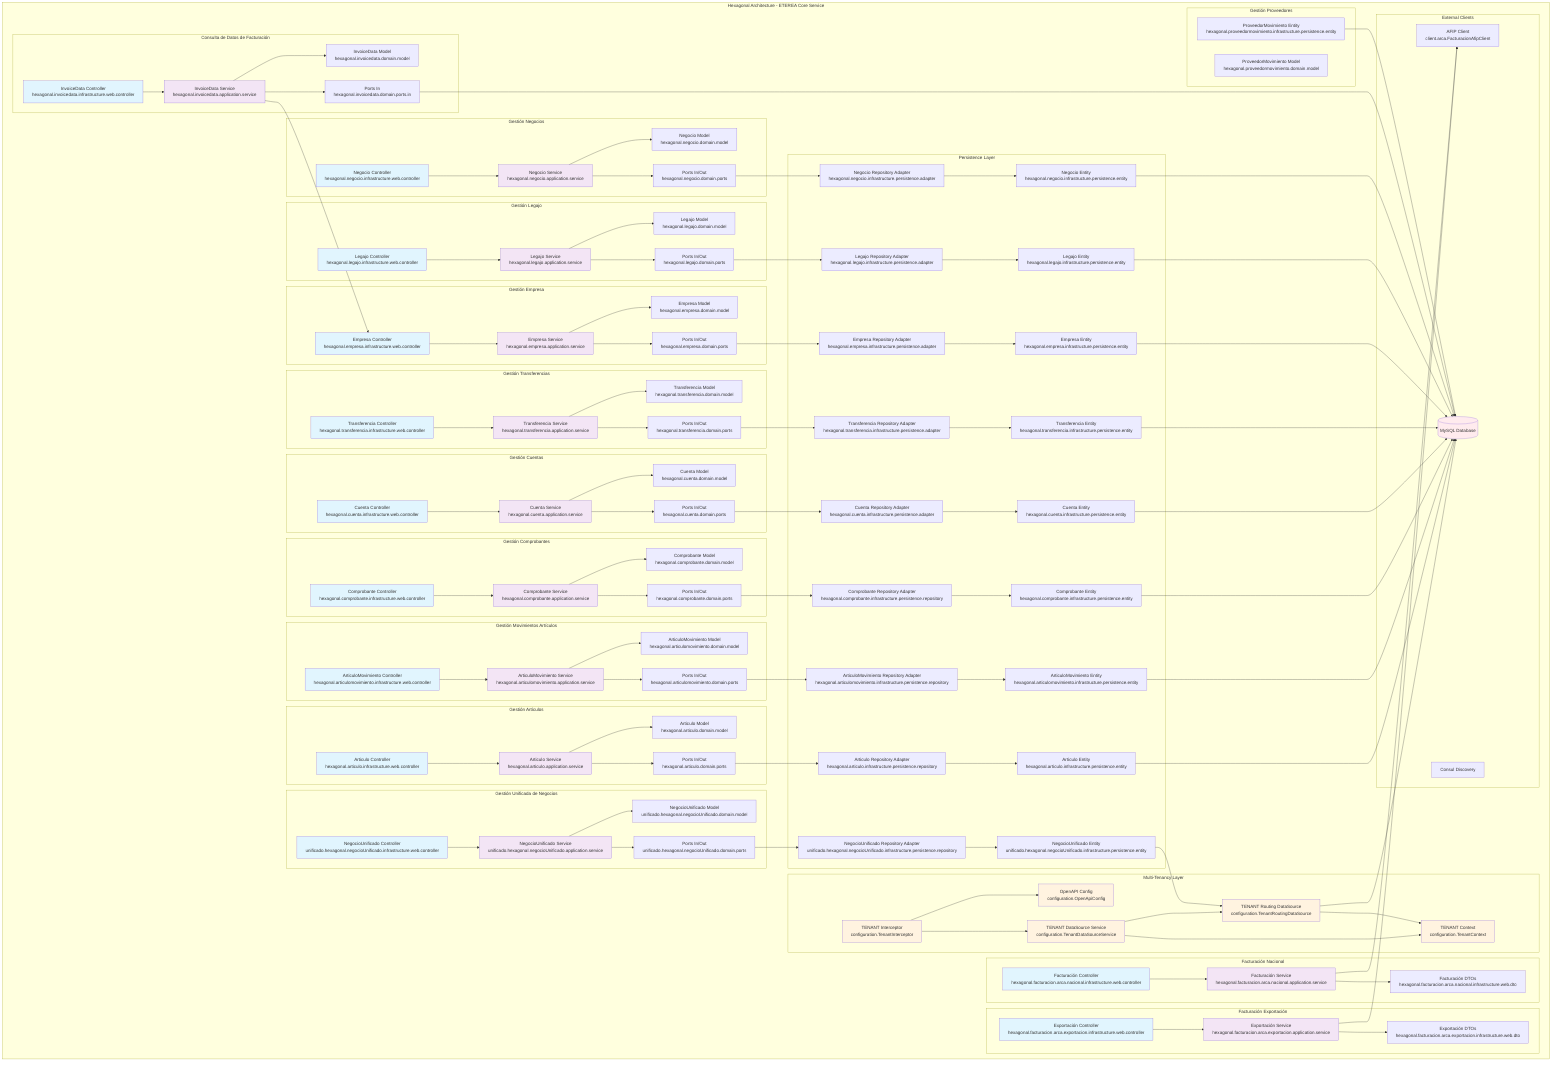
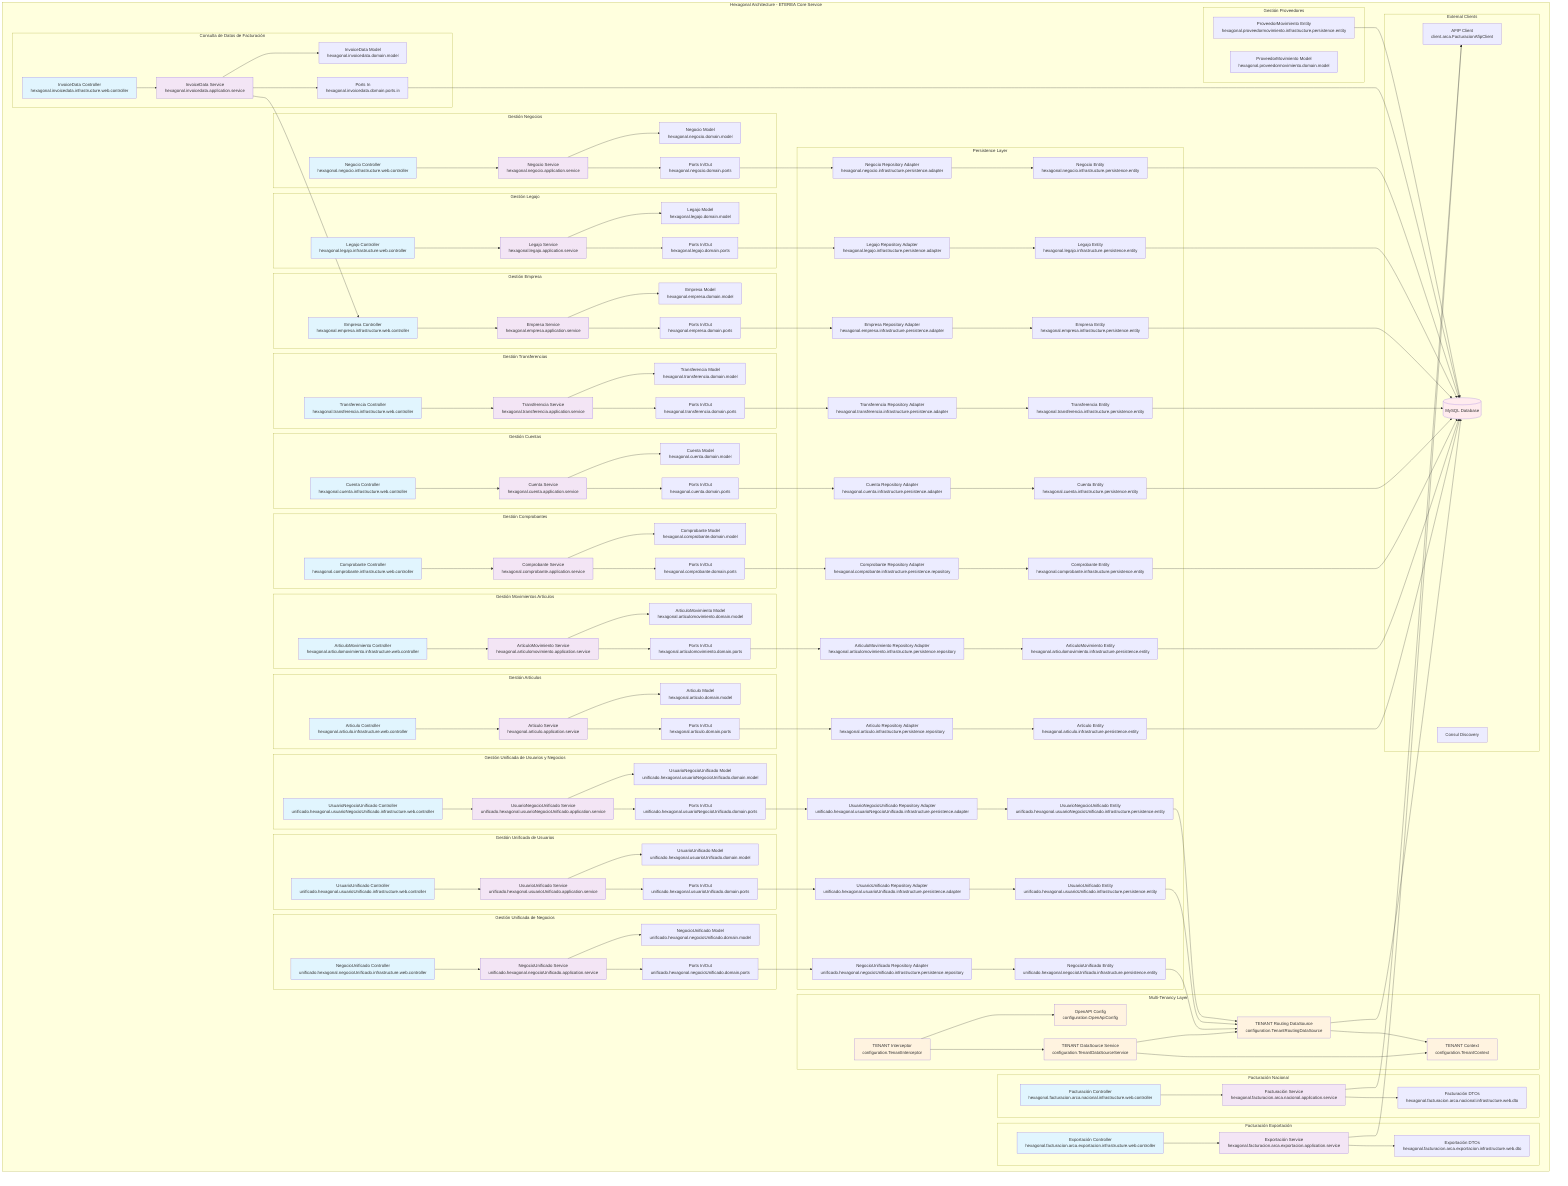
graph TB
    subgraph "Hexagonal Architecture - ETEREA Core Service"

        subgraph "Gestión Artículos"
            ART_API[Articulo Controller<br/>hexagonal.articulo.infrastructure.web.controller]
            ART_APP[Articulo Service<br/>hexagonal.articulo.application.service]
            ART_DOMAIN[Articulo Model<br/>hexagonal.articulo.domain.model]
            ART_PORTS[Ports In/Out<br/>hexagonal.articulo.domain.ports]
        end

        subgraph "Gestión Movimientos Artículos"
            AM_API[ArticuloMovimiento Controller<br/>hexagonal.articulomovimiento.infrastructure.web.controller]
            AM_APP[ArticuloMovimiento Service<br/>hexagonal.articulomovimiento.application.service]
            AM_DOMAIN[ArticuloMovimiento Model<br/>hexagonal.articulomovimiento.domain.model]
            AM_PORTS[Ports In/Out<br/>hexagonal.articulomovimiento.domain.ports]
        end

        subgraph "Gestión Comprobantes"
            COMP_API[Comprobante Controller<br/>hexagonal.comprobante.infrastructure.web.controller]
            COMP_APP[Comprobante Service<br/>hexagonal.comprobante.application.service]
            COMP_DOMAIN[Comprobante Model<br/>hexagonal.comprobante.domain.model]
            COMP_PORTS[Ports In/Out<br/>hexagonal.comprobante.domain.ports]
        end

        subgraph "Gestión Cuentas"
            CTA_API[Cuenta Controller<br/>hexagonal.cuenta.infrastructure.web.controller]
            CTA_APP[Cuenta Service<br/>hexagonal.cuenta.application.service]
            CTA_DOMAIN[Cuenta Model<br/>hexagonal.cuenta.domain.model]
            CTA_PORTS[Ports In/Out<br/>hexagonal.cuenta.domain.ports]
        end

        subgraph "Gestión Transferencias"
            TRF_API[Transferencia Controller<br/>hexagonal.transferencia.infrastructure.web.controller]
            TRF_APP[Transferencia Service<br/>hexagonal.transferencia.application.service]
            TRF_DOMAIN[Transferencia Model<br/>hexagonal.transferencia.domain.model]
            TRF_PORTS[Ports In/Out<br/>hexagonal.transferencia.domain.ports]
        end

        subgraph "Facturación Nacional"
            FN_API[Facturación Controller<br/>hexagonal.facturacion.arca.nacional.infrastructure.web.controller]
            FN_APP[Facturación Service<br/>hexagonal.facturacion.arca.nacional.application.service]
            FN_DOMAIN[Facturación DTOs<br/>hexagonal.facturacion.arca.nacional.infrastructure.web.dto]
        end

        subgraph "Facturación Exportación"
            FE_API[Exportación Controller<br/>hexagonal.facturacion.arca.exportacion.infrastructure.web.controller]
            FE_APP[Exportación Service<br/>hexagonal.facturacion.arca.exportacion.application.service]
            FE_DOMAIN[Exportación DTOs<br/>hexagonal.facturacion.arca.exportacion.infrastructure.web.dto]
        end

        subgraph "Gestión Empresa"
            E_API[Empresa Controller<br/>hexagonal.empresa.infrastructure.web.controller]
            E_APP[Empresa Service<br/>hexagonal.empresa.application.service]
            E_DOMAIN[Empresa Model<br/>hexagonal.empresa.domain.model]
            E_PORTS[Ports In/Out<br/>hexagonal.empresa.domain.ports]
        end

        subgraph "Gestión Legajo"
            L_API[Legajo Controller<br/>hexagonal.legajo.infrastructure.web.controller]
            L_APP[Legajo Service<br/>hexagonal.legajo.application.service]
            L_DOMAIN[Legajo Model<br/>hexagonal.legajo.domain.model]
            L_PORTS[Ports In/Out<br/>hexagonal.legajo.domain.ports]
        end

        subgraph "Gestión Negocios"
            NEG_API[Negocio Controller<br/>hexagonal.negocio.infrastructure.web.controller]
            NEG_APP[Negocio Service<br/>hexagonal.negocio.application.service]
            NEG_DOMAIN[Negocio Model<br/>hexagonal.negocio.domain.model]
            NEG_PORTS[Ports In/Out<br/>hexagonal.negocio.domain.ports]
        end

        subgraph "Gestión Proveedores"
            PM_DOMAIN[ProveedorMovimiento Model<br/>hexagonal.proveedormovimiento.domain.model]
            PM_ENTITY[ProveedorMovimiento Entity<br/>hexagonal.proveedormovimiento.infrastructure.persistence.entity]
        end

        subgraph "Gestión Unificada de Negocios"
            NU_API[NegocioUnificado Controller<br/>unificado.hexagonal.negocioUnificado.infrastructure.web.controller]
            NU_APP[NegocioUnificado Service<br/>unificado.hexagonal.negocioUnificado.application.service]
            NU_DOMAIN[NegocioUnificado Model<br/>unificado.hexagonal.negocioUnificado.domain.model]
            NU_PORTS[Ports In/Out<br/>unificado.hexagonal.negocioUnificado.domain.ports]
+         end
+ 
+         subgraph "Gestión Unificada de Usuarios"
+             UU_API[UsuarioUnificado Controller<br/>unificado.hexagonal.usuarioUnificado.infrastructure.web.controller]
+             UU_APP[UsuarioUnificado Service<br/>unificado.hexagonal.usuarioUnificado.application.service]
+             UU_DOMAIN[UsuarioUnificado Model<br/>unificado.hexagonal.usuarioUnificado.domain.model]
+             UU_PORTS[Ports In/Out<br/>unificado.hexagonal.usuarioUnificado.domain.ports]
+         end
+ 
+         subgraph "Gestión Unificada de Usuarios y Negocios"
+             UUN_API[UsuarioNegocioUnificado Controller<br/>unificado.hexagonal.usuarioNegocioUnificado.infrastructure.web.controller]
+             UUN_APP[UsuarioNegocioUnificado Service<br/>unificado.hexagonal.usuarioNegocioUnificado.application.service]
+             UUN_DOMAIN[UsuarioNegocioUnificado Model<br/>unificado.hexagonal.usuarioNegocioUnificado.domain.model]
+             UUN_PORTS[Ports In/Out<br/>unificado.hexagonal.usuarioNegocioUnificado.domain.ports]
        end

        subgraph "Consulta de Datos de Facturación"
            ID_API[InvoiceData Controller<br/>hexagonal.invoicedata.infrastructure.web.controller]
            ID_APP[InvoiceData Service<br/>hexagonal.invoicedata.application.service]
            ID_DOMAIN[InvoiceData Model<br/>hexagonal.invoicedata.domain.model]
            ID_PORTS[Ports In<br/>hexagonal.invoicedata.domain.ports.in]
        end

        subgraph "Persistence Layer"
            ART_REPO[Articulo Repository Adapter<br/>hexagonal.articulo.infrastructure.persistence.repository]
            ART_ENTITY[Articulo Entity<br/>hexagonal.articulo.infrastructure.persistence.entity]
            AM_REPO[ArticuloMovimiento Repository Adapter<br/>hexagonal.articulomovimiento.infrastructure.persistence.repository]
            AM_ENTITY[ArticuloMovimiento Entity<br/>hexagonal.articulomovimiento.infrastructure.persistence.entity]
            COMP_REPO[Comprobante Repository Adapter<br/>hexagonal.comprobante.infrastructure.persistence.repository]
            COMP_ENTITY[Comprobante Entity<br/>hexagonal.comprobante.infrastructure.persistence.entity]
            CTA_REPO[Cuenta Repository Adapter<br/>hexagonal.cuenta.infrastructure.persistence.adapter]
            CTA_ENTITY[Cuenta Entity<br/>hexagonal.cuenta.infrastructure.persistence.entity]
            TRF_REPO[Transferencia Repository Adapter<br/>hexagonal.transferencia.infrastructure.persistence.adapter]
            TRF_ENTITY[Transferencia Entity<br/>hexagonal.transferencia.infrastructure.persistence.entity]
            E_REPO[Empresa Repository Adapter<br/>hexagonal.empresa.infrastructure.persistence.adapter]
            E_ENTITY[Empresa Entity<br/>hexagonal.empresa.infrastructure.persistence.entity]
            L_REPO[Legajo Repository Adapter<br/>hexagonal.legajo.infrastructure.persistence.adapter]
            L_ENTITY[Legajo Entity<br/>hexagonal.legajo.infrastructure.persistence.entity]
            NEG_REPO[Negocio Repository Adapter<br/>hexagonal.negocio.infrastructure.persistence.adapter]
            NEG_ENTITY[Negocio Entity<br/>hexagonal.negocio.infrastructure.persistence.entity]
            NU_REPO[NegocioUnificado Repository Adapter<br/>unificado.hexagonal.negocioUnificado.infrastructure.persistence.repository]
            NU_ENTITY[NegocioUnificado Entity<br/>unificado.hexagonal.negocioUnificado.infrastructure.persistence.entity]
+             UU_REPO[UsuarioUnificado Repository Adapter<br/>unificado.hexagonal.usuarioUnificado.infrastructure.persistence.adapter]
+             UU_ENTITY[UsuarioUnificado Entity<br/>unificado.hexagonal.usuarioUnificado.infrastructure.persistence.entity]
+             UUN_REPO[UsuarioNegocioUnificado Repository Adapter<br/>unificado.hexagonal.usuarioNegocioUnificado.infrastructure.persistence.adapter]
+             UUN_ENTITY[UsuarioNegocioUnificado Entity<br/>unificado.hexagonal.usuarioNegocioUnificado.infrastructure.persistence.entity]
        end

        subgraph "Multi-Tenancy Layer"
            TX[TENANT Context<br/>configuration.TenantContext]
            TXI[TENANT Interceptor<br/>configuration.TenantInterceptor]
            TXDS[TENANT Routing DataSource<br/>configuration.TenantRoutingDataSource]
            TXS[TENANT DataSource Service<br/>configuration.TenantDataSourceService]
            TXCFG[OpenAPI Config<br/>configuration.OpenApiConfig]
        end

        subgraph "External Clients"
            AFIP[AFIP Client<br/>client.arca.FacturacionAfipClient]
            CONSUL[Consul Discovery]
            DB[(MySQL Database)]
        end

        %% Multi-Tenancy Layer - Interceptor intercepts API calls
        TXI --> TXCFG
        TXI --> TXS
        TXS --> TXDS
        TXS --> TX
        TXDS --> TX

        %% API Layer to Application Layer
        ART_API --> ART_APP
        AM_API --> AM_APP
        COMP_API --> COMP_APP
        CTA_API --> CTA_APP
        TRF_API --> TRF_APP
        FN_API --> FN_APP
        FE_API --> FE_APP
        E_API --> E_APP
        L_API --> L_APP
        NEG_API --> NEG_APP
        NU_API --> NU_APP
+         UU_API --> UU_APP
+         UUN_API --> UUN_APP
        ID_API --> ID_APP

        %% Application to Domain
        ART_APP --> ART_DOMAIN
        ART_APP --> ART_PORTS
        AM_APP --> AM_DOMAIN
        AM_APP --> AM_PORTS
        COMP_APP --> COMP_DOMAIN
        COMP_APP --> COMP_PORTS
        CTA_APP --> CTA_DOMAIN
        CTA_APP --> CTA_PORTS
        TRF_APP --> TRF_DOMAIN
        TRF_APP --> TRF_PORTS
        FN_APP --> FN_DOMAIN
        FE_APP --> FE_DOMAIN
        E_APP --> E_DOMAIN
        E_APP --> E_PORTS
        L_APP --> L_DOMAIN
        L_APP --> L_PORTS
        NEG_APP --> NEG_DOMAIN
        NEG_APP --> NEG_PORTS
        NU_APP --> NU_DOMAIN
        NU_APP --> NU_PORTS
+         UU_APP --> UU_DOMAIN
+         UU_APP --> UU_PORTS
+         UUN_APP --> UUN_DOMAIN
+         UUN_APP --> UUN_PORTS
        ID_APP --> ID_DOMAIN
        ID_APP --> ID_PORTS

        %% Domain to Infrastructure
        ART_PORTS --> ART_REPO
        ART_REPO --> ART_ENTITY
        ART_ENTITY --> DB
        AM_PORTS --> AM_REPO
        AM_REPO --> AM_ENTITY
        AM_ENTITY --> DB
        COMP_PORTS --> COMP_REPO
        COMP_REPO --> COMP_ENTITY
        COMP_ENTITY --> DB
        CTA_PORTS --> CTA_REPO
        CTA_REPO --> CTA_ENTITY
        CTA_ENTITY --> DB
        TRF_PORTS --> TRF_REPO
        TRF_REPO --> TRF_ENTITY
        TRF_ENTITY --> DB
        E_PORTS --> E_REPO
        E_REPO --> E_ENTITY
        E_ENTITY --> DB
        L_PORTS --> L_REPO
        L_REPO --> L_ENTITY
        L_ENTITY --> DB
        NEG_PORTS --> NEG_REPO
        NEG_REPO --> NEG_ENTITY
        NEG_ENTITY --> DB
        NU_PORTS --> NU_REPO
        NU_REPO --> NU_ENTITY
        NU_ENTITY --> TXDS
+         UU_PORTS --> UU_REPO
+         UU_REPO --> UU_ENTITY
+         UU_ENTITY --> TXDS
+         UUN_PORTS --> UUN_REPO
+         UUN_REPO --> UUN_ENTITY
+         UUN_ENTITY --> TXDS
        TXDS --> DB
        ID_PORTS --> DB
        PM_ENTITY --> DB

        %% External Dependencies
        FN_APP --> AFIP
        FE_APP --> AFIP
        ID_APP --> E_API

        style ART_API fill:#e1f5fe
        style AM_API fill:#e1f5fe
        style COMP_API fill:#e1f5fe
        style CTA_API fill:#e1f5fe
        style TRF_API fill:#e1f5fe
        style FN_API fill:#e1f5fe
        style FE_API fill:#e1f5fe
        style E_API fill:#e1f5fe
        style L_API fill:#e1f5fe
        style NEG_API fill:#e1f5fe
        style NU_API fill:#e1f5fe
+         style UU_API fill:#e1f5fe
+         style UUN_API fill:#e1f5fe
        style TXI fill:#fff3e0
        style TXS fill:#fff3e0
        style TXDS fill:#fff3e0
        style TX fill:#fff3e0
        style TXCFG fill:#fff3e0
        style ID_API fill:#e1f5fe
        style ART_APP fill:#f3e5f5
        style AM_APP fill:#f3e5f5
        style COMP_APP fill:#f3e5f5
        style CTA_APP fill:#f3e5f5
        style TRF_APP fill:#f3e5f5
        style FN_APP fill:#f3e5f5
        style FE_APP fill:#f3e5f5
        style E_APP fill:#f3e5f5
        style L_APP fill:#f3e5f5
        style NEG_APP fill:#f3e5f5
        style NU_APP fill:#f3e5f5
+         style UU_APP fill:#f3e5f5
+         style UUN_APP fill:#f3e5f5
        style ID_APP fill:#f3e5f5
        style DB fill:#ffebee
    end